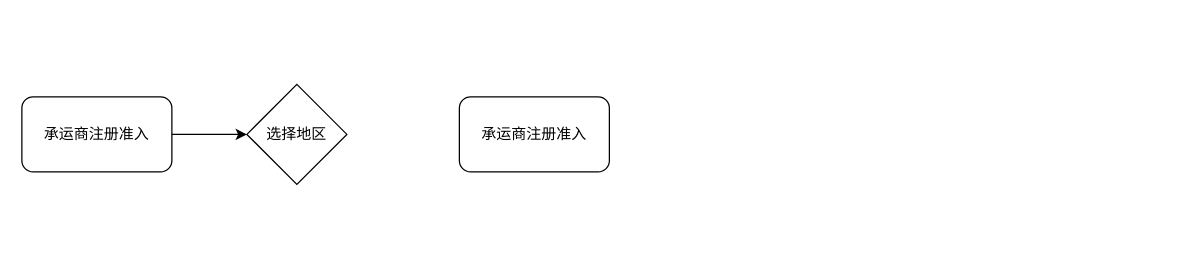
The draw.io diagram 未命名绘图.drawio in fengpan0403/bak1, before the edit. Source tidied: cells renumbered, new cells numbered last; positions are measured from the earlier drawing's top-left corner, leaving out a move shared by most shapes. Both pictures are drawn from the tidied source at 125%, with x=0, y=0 at pixel (21, 84).
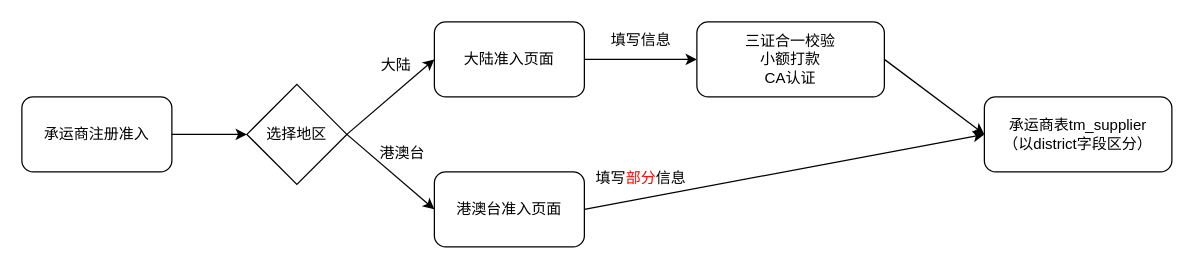
After the change.

Commit message (it also covers changes not shown here):
更新未命名绘图.drawio

The edit, as a diff of the source:
```diff
@@
 <mxGraphModel>
   <root>
     <mxCell id="0" />
     <mxCell id="1" parent="0" />
     <mxCell id="2" value="承运商注册准入" style="rounded=1;whiteSpace=wrap;html=1;" parent="1" vertex="1">
       <mxGeometry y="10" width="120" height="60" as="geometry" />
     </mxCell>
     <mxCell id="3" style="endArrow=classic;html=1;rounded=0;exitX=1;exitY=0.5;exitDx=0;exitDy=0;" parent="1" edge="1" source="2" target="5">
       <mxGeometry relative="1" as="geometry" />
     </mxCell>
-    <mxCell id="4" value="承运商注册准入" style="rounded=1;whiteSpace=wrap;html=1;" parent="1" vertex="1">
-      <mxGeometry x="350" y="10" width="120" height="60" as="geometry" />
+    <mxCell id="4" value="大陆准入页面" style="rounded=1;whiteSpace=wrap;html=1;" parent="1" vertex="1">
+      <mxGeometry x="330" y="-50" width="120" height="60" as="geometry" />
     </mxCell>
     <mxCell id="5" value="选择地区" style="rhombus;whiteSpace=wrap;html=1;" parent="1" vertex="1">
       <mxGeometry x="180" width="80" height="80" as="geometry" />
     </mxCell>
+    <mxCell id="6" style="endArrow=classic;html=1;rounded=0;exitX=1;exitY=0.5;exitDx=0;exitDy=0;entryX=0;entryY=0.5;entryDx=0;entryDy=0;" parent="1" edge="1" source="5" target="4">
+      <mxGeometry relative="1" as="geometry" />
+    </mxCell>
+    <mxCell id="7" value="港澳台准入页面" style="rounded=1;whiteSpace=wrap;html=1;" parent="1" vertex="1">
+      <mxGeometry x="330" y="70" width="120" height="60" as="geometry" />
+    </mxCell>
+    <mxCell id="8" style="endArrow=classic;html=1;rounded=0;exitX=1;exitY=0.5;exitDx=0;exitDy=0;entryX=0;entryY=0.5;entryDx=0;entryDy=0;" parent="1" edge="1" source="5" target="7">
+      <mxGeometry relative="1" as="geometry" />
+    </mxCell>
+    <mxCell id="9" value="大陆" style="text;html=1;align=center;verticalAlign=middle;strokeColor=none;fillColor=none;" parent="1" vertex="1">
+      <mxGeometry x="274" y="-30" width="50" height="30" as="geometry" />
+    </mxCell>
+    <mxCell id="10" value="港澳台" style="text;html=1;align=center;verticalAlign=middle;strokeColor=none;fillColor=none;" parent="1" vertex="1">
+      <mxGeometry x="274" y="40" width="60" height="30" as="geometry" />
+    </mxCell>
+    <mxCell id="11" value="承运商表tm_supplier&lt;br&gt;（以district字段区分）" style="rounded=1;whiteSpace=wrap;html=1;" parent="1" vertex="1">
+      <mxGeometry x="770" y="10" width="150" height="60" as="geometry" />
+    </mxCell>
+    <mxCell id="12" style="endArrow=classic;html=1;rounded=0;exitX=1;exitY=0.5;exitDx=0;exitDy=0;entryX=0;entryY=0.5;entryDx=0;entryDy=0;" parent="1" edge="1" source="4" target="16">
+      <mxGeometry relative="1" as="geometry" />
+    </mxCell>
+    <mxCell id="13" style="endArrow=classic;html=1;rounded=0;exitX=1;exitY=0.5;exitDx=0;exitDy=0;entryX=0;entryY=0.5;entryDx=0;entryDy=0;" parent="1" edge="1" source="7" target="11">
+      <mxGeometry relative="1" as="geometry" />
+    </mxCell>
+    <mxCell id="14" value="填写信息" style="text;html=1;align=center;verticalAlign=middle;strokeColor=none;fillColor=none;" parent="1" vertex="1">
+      <mxGeometry x="460" y="-50" width="70" height="30" as="geometry" />
+    </mxCell>
+    <mxCell id="15" value="填写&lt;font color=&quot;#ff0000&quot;&gt;部分&lt;/font&gt;信息" style="text;html=1;align=center;verticalAlign=middle;strokeColor=none;fillColor=none;" parent="1" vertex="1">
+      <mxGeometry x="445" y="60" width="100" height="30" as="geometry" />
+    </mxCell>
+    <mxCell id="16" value="三证合一校验&lt;br&gt;小额打款&lt;br&gt;CA认证" style="rounded=1;whiteSpace=wrap;html=1;" parent="1" vertex="1">
+      <mxGeometry x="540" y="-50" width="150" height="60" as="geometry" />
+    </mxCell>
+    <mxCell id="17" style="endArrow=classic;html=1;rounded=0;entryX=0;entryY=0.5;entryDx=0;entryDy=0;exitX=1;exitY=0.5;exitDx=0;exitDy=0;" parent="1" edge="1" source="16" target="11">
+      <mxGeometry relative="1" as="geometry" />
+    </mxCell>
   </root>
 </mxGraphModel>
```
